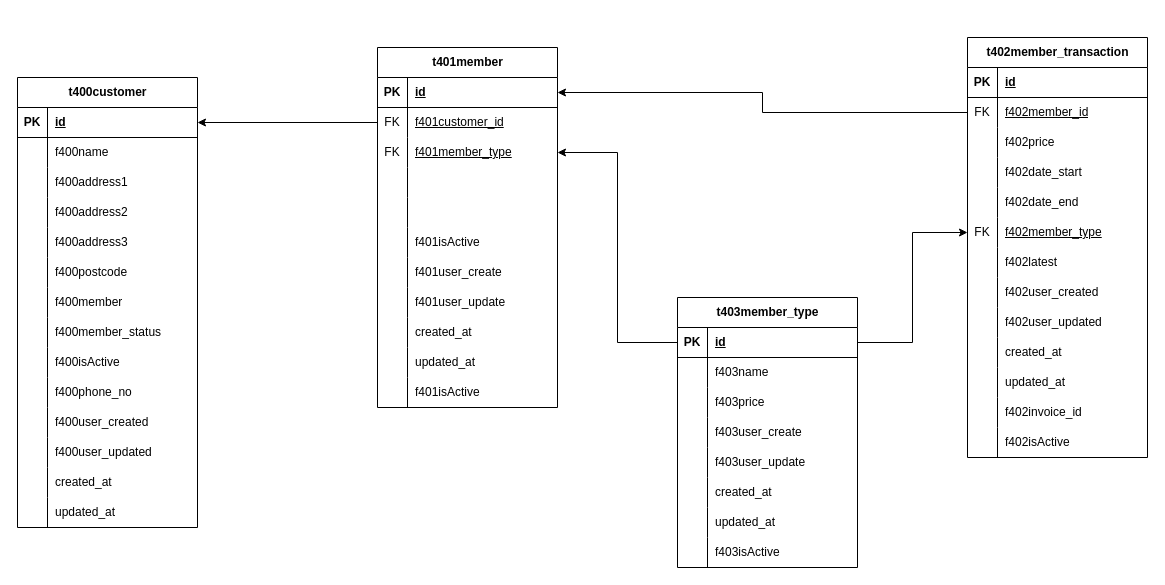
harishaikal940322/diagram keeps this draw.io diagram as page "customer management" (3 of 4) of rentall_app.drawio. Above is the earlier version. Source tidied: cells renumbered, new cells numbered last; positions are measured from the earlier drawing's top-left corner, leaving out a move shared by most shapes. Both pictures are drawn from the tidied source at 100%, with x=0, y=0 at pixel (17, 37).
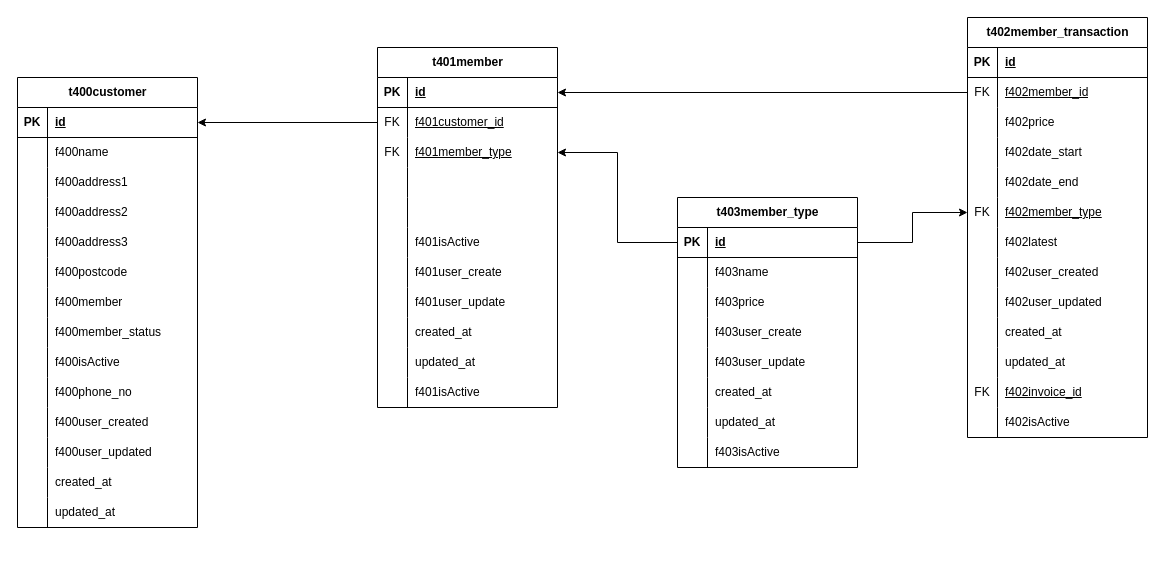
Above is the later version.

Unchanged cells that the change refers to:
```xml
<mxCell id="113" style="shape=tableRow;horizontal=0;startSize=0;swimlaneHead=0;swimlaneBody=0;fillColor=none;top=0;left=0;right=0;bottom=0;" parent="79" vertex="1">
  <mxGeometry y="360" width="180" height="30" as="geometry" />
</mxCell>
```

The edit, as a diff of the source:
```diff
@@
     <mxCell id="79" value="t402member_transaction" style="shape=table;startSize=30;childLayout=tableLayout;rowLines=0;fontStyle=1;align=center;html=1;" parent="1" vertex="1">
-      <mxGeometry x="950" width="180" height="420" as="geometry" />
+      <mxGeometry x="950" y="-20" width="180" height="420" as="geometry" />
     </mxCell>
@@
-    <mxCell id="114" style="shape=partialRectangle;fillColor=none;top=0;left=0;bottom=0;right=0;overflow=hidden;whiteSpace=wrap;html=1;" parent="113" vertex="1">
+    <mxCell id="114" value="FK" style="shape=partialRectangle;fillColor=none;top=0;left=0;bottom=0;right=0;overflow=hidden;whiteSpace=wrap;html=1;" parent="113" vertex="1">
       <mxGeometry width="30" height="30" as="geometry" />
     </mxCell>
-    <mxCell id="115" value="f402invoice_id" style="shape=partialRectangle;fillColor=none;top=0;left=0;bottom=0;right=0;align=left;spacingLeft=6;overflow=hidden;whiteSpace=wrap;html=1;" parent="113" vertex="1">
+    <mxCell id="115" value="&lt;u&gt;f402invoice_id&lt;/u&gt;" style="shape=partialRectangle;fillColor=none;top=0;left=0;bottom=0;right=0;align=left;spacingLeft=6;overflow=hidden;whiteSpace=wrap;html=1;" parent="113" vertex="1">
       <mxGeometry x="30" width="150" height="30" as="geometry" />
     </mxCell>
@@
     <mxCell id="119" value="t403member_type" style="shape=table;startSize=30;childLayout=tableLayout;rowLines=0;fontStyle=1;align=center;html=1;" parent="1" vertex="1">
-      <mxGeometry x="660" y="260" width="180" height="270" as="geometry" />
+      <mxGeometry x="660" y="160" width="180" height="270" as="geometry" />
     </mxCell>
```
